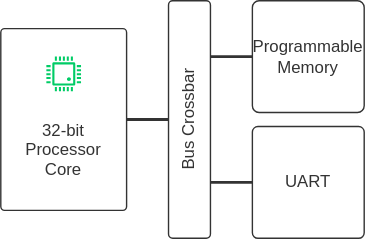
The draw.io diagram docs/source/images/rvsteel-soc.drawio.svg in riscv-steel/riscv-steel, before a commit. Source tidied: cells renumbered, new cells last; positions are measured from the earlier drawing's top-left corner, leaving out a move shared by most shapes.
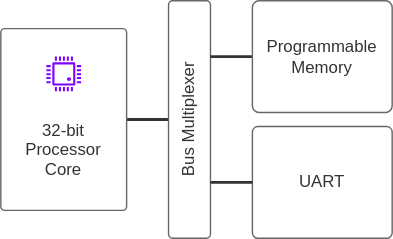
The same diagram one commit later.

Diff of the diagram source:
```diff
@@ -5,23 +5,23 @@
     <mxCell id="2" style="edgeStyle=orthogonalEdgeStyle;rounded=0;jettySize=auto;html=1;entryX=0;entryY=0.5;entryDx=0;entryDy=0;strokeWidth=2;startArrow=none;startFill=0;endArrow=none;endFill=0;fontFamily=Helvetica;fontStyle=0;strokeColor=#333333;fontSize=12;" parent="1" edge="1" source="3" target="5">
       <mxGeometry relative="1" as="geometry" />
     </mxCell>
-    <mxCell id="3" value="&lt;br style=&quot;font-size: 12px;&quot;&gt;&lt;br style=&quot;font-size: 12px;&quot;&gt;&lt;br style=&quot;font-size: 12px;&quot;&gt;32-bit&lt;br style=&quot;font-size: 12px;&quot;&gt;Processor&lt;br style=&quot;font-size: 12px;&quot;&gt;Core" style="rounded=1;whiteSpace=wrap;html=1;strokeWidth=1;arcSize=3;fontStyle=0;fontSize=12;fontFamily=Helvetica;fillColor=#FFFFFF;strokeColor=#333333;fontColor=#333333;spacing=2;" parent="1" vertex="1">
+    <mxCell id="3" value="&lt;br style=&quot;font-size: 12px;&quot;&gt;&lt;br style=&quot;font-size: 12px;&quot;&gt;&lt;br style=&quot;font-size: 12px;&quot;&gt;32-bit&lt;br style=&quot;font-size: 12px;&quot;&gt;Processor&lt;br style=&quot;font-size: 12px;&quot;&gt;Core" style="rounded=1;whiteSpace=wrap;html=1;strokeWidth=1;arcSize=3;fontStyle=0;fontSize=12;fontFamily=Helvetica;fillColor=#FFFFFF;strokeColor=#666666;fontColor=#333333;spacing=2;" parent="1" vertex="1">
       <mxGeometry y="20" width="90" height="130" as="geometry" />
     </mxCell>
-    <mxCell id="4" style="shadow=0;dashed=0;html=1;strokeColor=none;fillColor=#00CC66;labelPosition=center;verticalLabelPosition=bottom;verticalAlign=top;align=center;shape=mxgraph.veeam.cpu;fontFamily=Helvetica;fontStyle=0;fontColor=#4D4D4D;strokeWidth=1;fontSize=12;" parent="1" vertex="1">
+    <mxCell id="4" style="shadow=0;dashed=0;html=1;strokeColor=none;fillColor=#7F00FF;labelPosition=center;verticalLabelPosition=bottom;verticalAlign=top;align=center;shape=mxgraph.veeam.cpu;fontFamily=Helvetica;fontStyle=0;fontColor=#4D4D4D;strokeWidth=1;fontSize=12;" parent="1" vertex="1">
       <mxGeometry x="32.6" y="40" width="24.8" height="24.8" as="geometry" />
     </mxCell>
-    <mxCell id="5" value="Bus Crossbar" style="rounded=1;whiteSpace=wrap;html=1;strokeWidth=1;arcSize=10;fontStyle=0;fontSize=12;fontFamily=Helvetica;horizontal=0;strokeColor=#333333;fillColor=default;fontColor=#333333;" parent="1" vertex="1">
+    <mxCell id="5" value="Bus Multiplexer" style="rounded=1;whiteSpace=wrap;html=1;strokeWidth=1;arcSize=10;fontStyle=0;fontSize=12;fontFamily=Helvetica;horizontal=0;strokeColor=#666666;fillColor=default;fontColor=#333333;" parent="1" vertex="1">
       <mxGeometry x="120" width="30" height="170" as="geometry" />
     </mxCell>
     <mxCell id="6" style="edgeStyle=orthogonalEdgeStyle;rounded=0;jettySize=auto;html=1;entryX=1;entryY=0.235;entryDx=0;entryDy=0;entryPerimeter=0;endArrow=none;endFill=0;strokeWidth=2;fontFamily=Helvetica;fontStyle=0;strokeColor=#333333;fontSize=12;" parent="1" edge="1" source="7" target="5">
       <mxGeometry relative="1" as="geometry" />
     </mxCell>
-    <mxCell id="7" value="Tightly Coupled&lt;br style=&quot;font-size: 12px;&quot;&gt;Memory" style="rounded=1;whiteSpace=wrap;html=1;strokeWidth=1;arcSize=6;fontStyle=0;fontSize=12;fontFamily=Helvetica;strokeColor=#333333;fillColor=default;fontColor=#333333;" parent="1" vertex="1">
-      <mxGeometry x="180" width="80" height="80" as="geometry" />
+    <mxCell id="7" value="Programmable&lt;br style=&quot;font-size: 12px;&quot;&gt;Memory" style="rounded=1;whiteSpace=wrap;html=1;strokeWidth=1;arcSize=6;fontStyle=0;fontSize=12;fontFamily=Helvetica;strokeColor=#666666;fillColor=default;fontColor=#333333;" parent="1" vertex="1">
+      <mxGeometry x="180" width="100" height="80" as="geometry" />
     </mxCell>
-    <mxCell id="8" value="UART" style="rounded=1;whiteSpace=wrap;html=1;strokeWidth=1;arcSize=5;fontStyle=0;fontSize=12;fontFamily=Helvetica;strokeColor=#333333;fillColor=default;fontColor=#333333;" parent="1" vertex="1">
-      <mxGeometry x="180" y="90" width="80" height="80" as="geometry" />
+    <mxCell id="8" value="UART" style="rounded=1;whiteSpace=wrap;html=1;strokeWidth=1;arcSize=5;fontStyle=0;fontSize=12;fontFamily=Helvetica;strokeColor=#666666;fillColor=default;fontColor=#333333;" parent="1" vertex="1">
+      <mxGeometry x="180" y="90" width="100" height="80" as="geometry" />
     </mxCell>
     <mxCell id="9" style="edgeStyle=orthogonalEdgeStyle;rounded=0;jettySize=auto;html=1;entryX=1;entryY=0.235;entryDx=0;entryDy=0;entryPerimeter=0;endArrow=none;endFill=0;strokeWidth=2;fontFamily=Helvetica;fontStyle=0;strokeColor=#333333;fontSize=12;exitX=0;exitY=0.5;exitDx=0;exitDy=0;" parent="1" edge="1" source="8">
       <mxGeometry relative="1" as="geometry">
```
